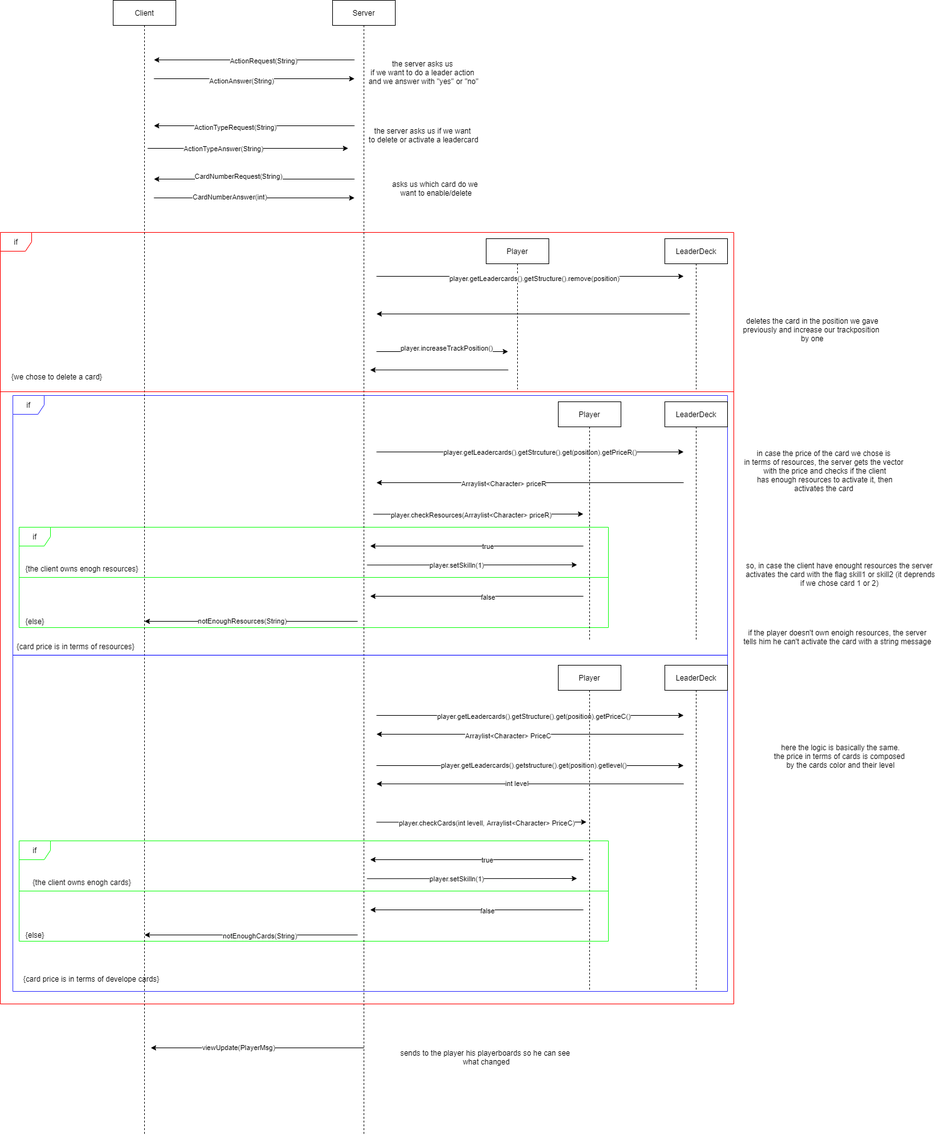
This is Deliverables/Sequence Diagram_Leader action .png from Roberto99-ops/ing-sw-2021-Molgora-Magistrali-Liut_Aymar, a draw.io export, as it was before one commit. Source tidied: cells renumbered, new cells last; positions are measured from the earlier drawing's top-left corner, leaving out a move shared by most shapes.
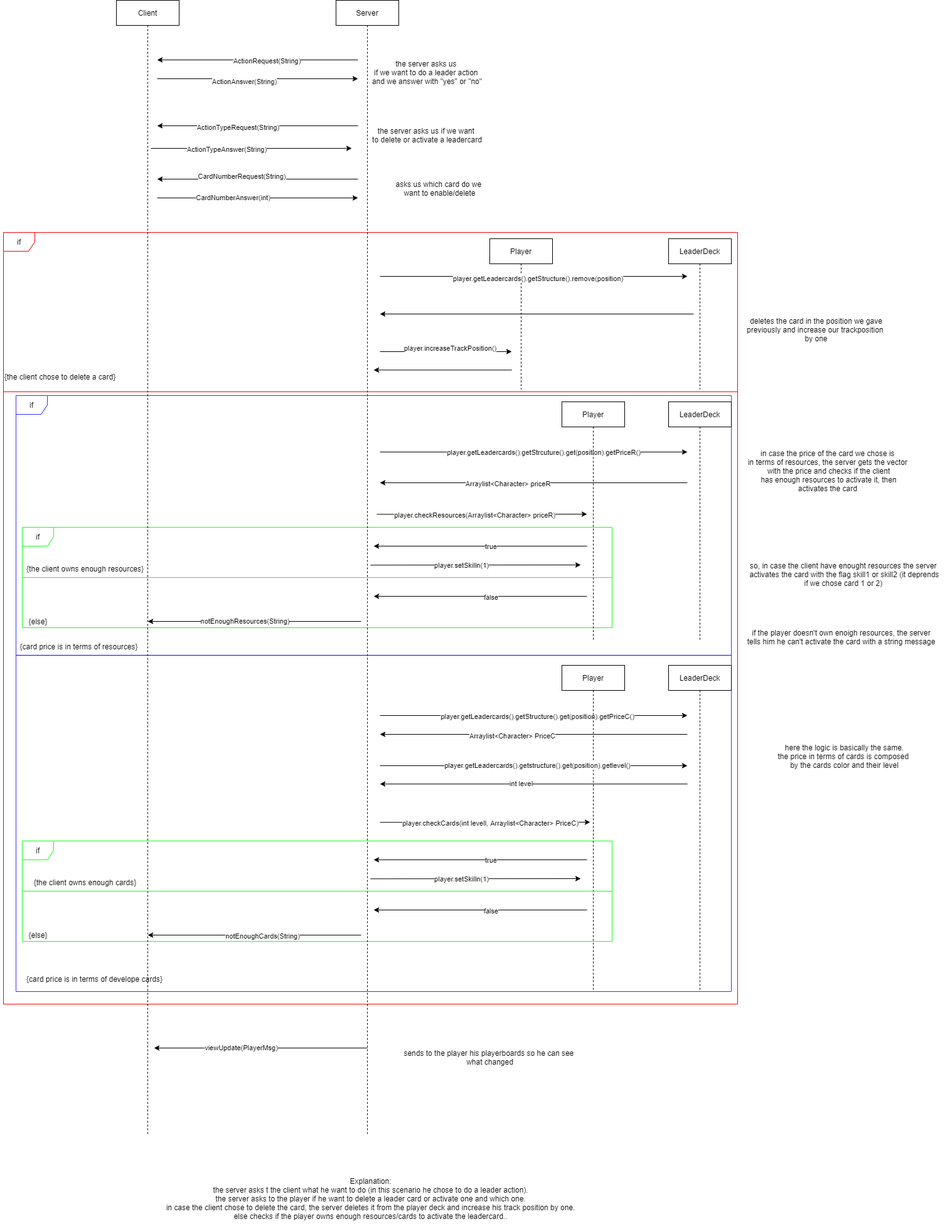
The same file after the commit.

Commit message:
sequence diagrams explanations added

Change to the diagram source:
```diff
@@ -86,8 +86,8 @@
     <mxCell id="23" value="asks us which card do we&amp;nbsp;&lt;br&gt;want to enable/delete" style="text;html=1;align=center;verticalAlign=middle;strokeColor=none;" parent="1" vertex="1">
       <mxGeometry x="615" y="285" width="160" height="30" as="geometry" />
     </mxCell>
-    <mxCell id="24" value="{we chose to delete a card}" style="text;html=1;align=center;verticalAlign=middle;strokeColor=none;" parent="1" vertex="1">
-      <mxGeometry x="10" y="590" width="160" height="20" as="geometry" />
+    <mxCell id="24" value="{the client chose to delete a card}" style="text;html=1;align=center;verticalAlign=middle;strokeColor=none;" parent="1" vertex="1">
+      <mxGeometry x="-5" y="590" width="190" height="20" as="geometry" />
     </mxCell>
     <mxCell id="25" value="{card price is in terms of resources}" style="text;html=1;align=center;verticalAlign=middle;strokeColor=none;" parent="1" vertex="1">
       <mxGeometry x="20" y="1020" width="200" height="20" as="geometry" />
@@ -225,7 +225,7 @@
     <mxCell id="55" style="line;strokeWidth=1;fillColor=none;align=left;verticalAlign=middle;spacingTop=-1;spacingLeft=3;spacingRight=3;labelPosition=right;strokeColor=#17FF17;" parent="1" vertex="1">
       <mxGeometry x="30" y="916" width="940" height="8" as="geometry" />
     </mxCell>
-    <mxCell id="56" value="{the client owns enogh resources}" style="text;html=1;align=center;verticalAlign=middle;strokeColor=none;" parent="1" vertex="1">
+    <mxCell id="56" value="{the client owns enough resources}" style="text;html=1;align=center;verticalAlign=middle;strokeColor=none;" parent="1" vertex="1">
       <mxGeometry x="30" y="896" width="200" height="20" as="geometry" />
     </mxCell>
     <mxCell id="57" value="{else}" style="text;html=1;align=center;verticalAlign=middle;strokeColor=none;" parent="1" vertex="1">
@@ -299,8 +299,8 @@
     <mxCell id="73" style="line;strokeWidth=1;fillColor=none;align=left;verticalAlign=middle;spacingTop=-1;spacingLeft=3;spacingRight=3;labelPosition=right;strokeColor=#17FF17;" parent="1" vertex="1">
       <mxGeometry x="30" y="1416" width="940" height="8" as="geometry" />
     </mxCell>
-    <mxCell id="74" value="{the client owns enogh cards}" style="text;html=1;align=center;verticalAlign=middle;strokeColor=none;" parent="1" vertex="1">
-      <mxGeometry x="45" y="1396" width="170" height="20" as="geometry" />
+    <mxCell id="74" value="{the client owns enough cards}" style="text;html=1;align=center;verticalAlign=middle;strokeColor=none;" parent="1" vertex="1">
+      <mxGeometry x="40" y="1396" width="180" height="20" as="geometry" />
     </mxCell>
     <mxCell id="75" value="{else}" style="text;html=1;align=center;verticalAlign=middle;strokeColor=none;" parent="1" vertex="1">
       <mxGeometry x="30" y="1480" width="50" height="20" as="geometry" />
@@ -351,5 +351,8 @@
     <mxCell id="85" value="sends to the player his playerboards so he can see&amp;nbsp;&lt;br&gt;what changed" style="text;html=1;align=center;verticalAlign=middle;strokeColor=none;" parent="1" vertex="1">
       <mxGeometry x="630" y="1670" width="290" height="30" as="geometry" />
     </mxCell>
+    <mxCell id="86" value="Explanation:&lt;br&gt;the server asks t the client what he want to do (in this scenario he chose to do a leader action).&lt;br&gt;the server asks to the player if he want to delete a leader card or activate one and which one.&lt;br&gt;in case the client chose to delete the card, the server deletes it from the player deck and increase his track position by one.&lt;br&gt;else checks if the player owns enough resources/cards to activate the leadercard.." style="text;html=1;align=center;verticalAlign=middle;strokeColor=none;" parent="1" vertex="1">
+      <mxGeometry x="250" y="1870" width="670" height="80" as="geometry" />
+    </mxCell>
   </root>
 </mxGraphModel>
```
